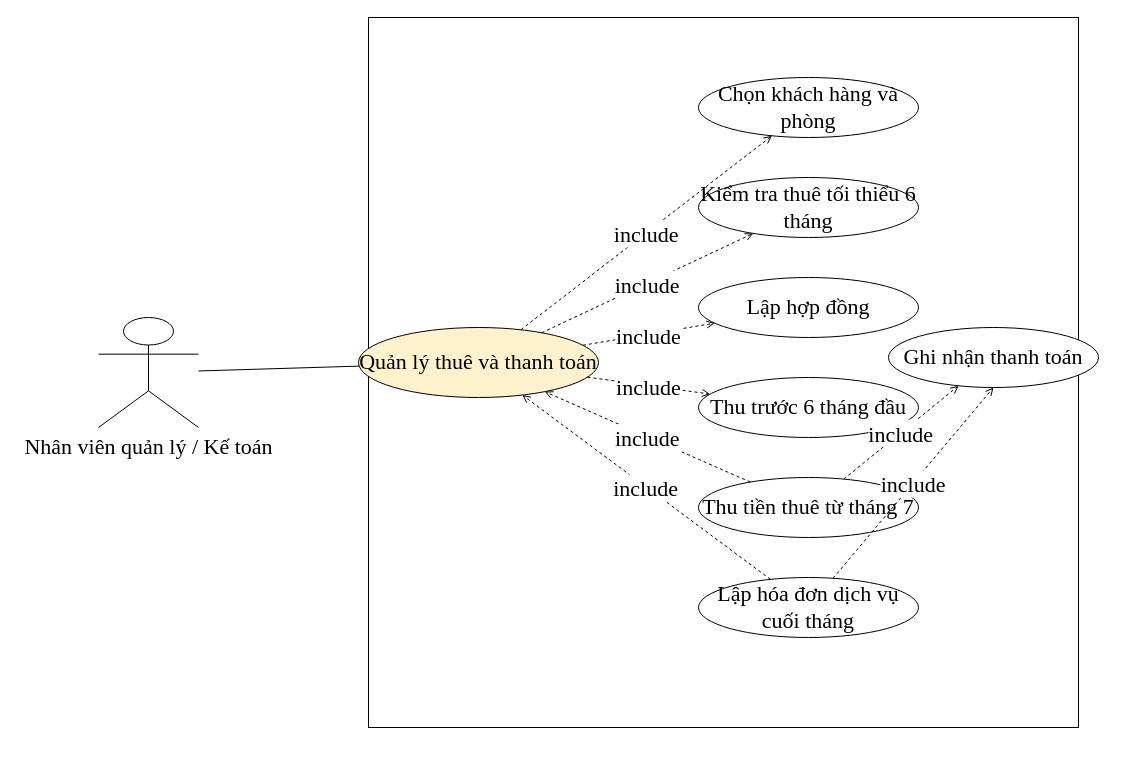
Before: page "3 Use Case Phân Rã" (3 of 5) of LAB_AT_OOSD/LAB08/ThietKe/PhamMinhGiang-12DHCNPM1-ThietKe.drawio in 1250080044-PhamMinhGiang-12DHCNPM1/OOP-Lab, a draw.io diagram. Source tidied: cells renumbered, new cells numbered last; positions are measured from the earlier drawing's top-left corner, leaving out a move shared by most shapes. Both pictures are drawn from the tidied source at 100%, with x=0, y=0 at pixel (98, 17).
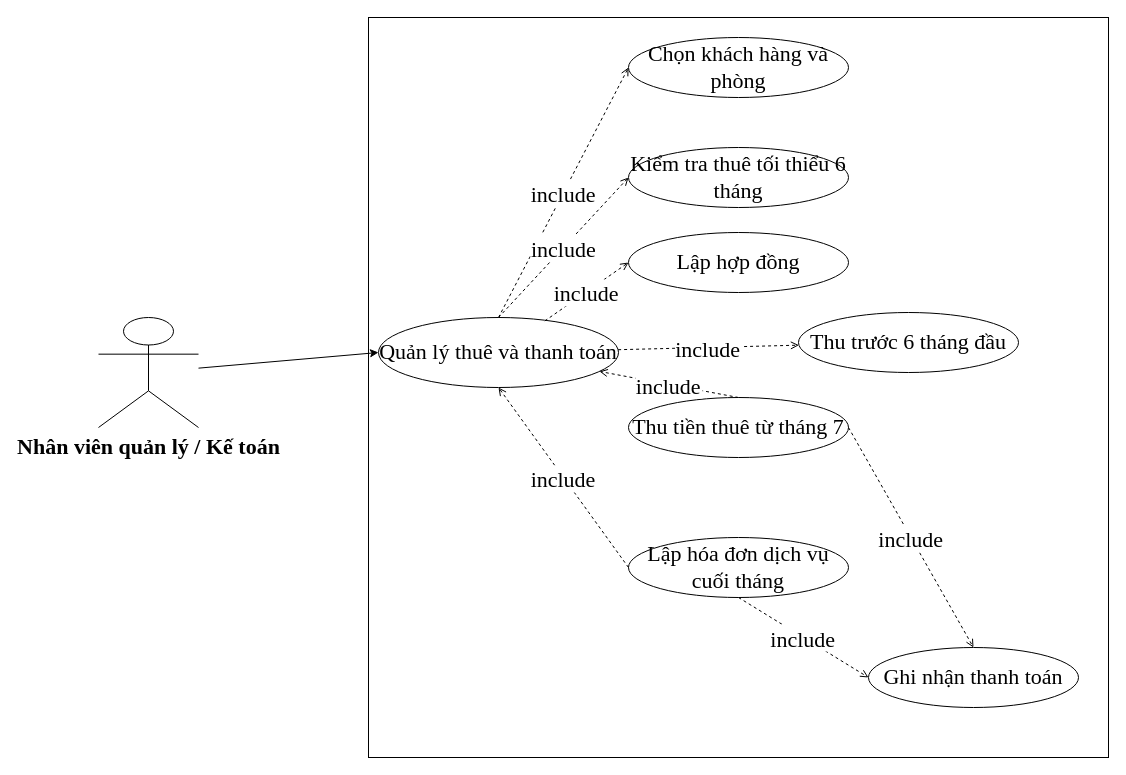
The same page after the edit.

Diff of the diagram source:
```diff
@@
     <mxCell id="2" style="whiteSpace=wrap;html=1;" parent="1" vertex="1">
-      <mxGeometry x="270" width="710" height="710" as="geometry" />
+      <mxGeometry x="270" width="740" height="740" as="geometry" />
     </mxCell>
-    <mxCell id="3" value="Nhân viên quản lý / Kế toán" style="shape=umlActor;verticalLabelPosition=bottom;verticalAlign=top;html=1;fontFamily=Times New Roman;fontSize=22;" parent="1" vertex="1">
+    <mxCell id="3" value="&lt;b&gt;Nhân viên quản lý / Kế toán&lt;/b&gt;" style="shape=umlActor;verticalLabelPosition=bottom;verticalAlign=top;html=1;fontFamily=Times New Roman;fontSize=22;" parent="1" vertex="1">
       <mxGeometry y="300" width="100" height="110" as="geometry" />
     </mxCell>
-    <mxCell id="4" value="Quản lý thuê và thanh toán" style="ellipse;html=1;whiteSpace=wrap;fillColor=#fff2cc;fontFamily=Times New Roman;fontSize=22;" parent="1" vertex="1">
-      <mxGeometry x="260" y="310" width="240" height="70" as="geometry" />
+    <mxCell id="4" value="Quản lý thuê và thanh toán" style="ellipse;html=1;whiteSpace=wrap;fontFamily=Times New Roman;fontSize=22;" parent="1" vertex="1">
+      <mxGeometry x="280" y="300" width="240" height="70" as="geometry" />
     </mxCell>
     <mxCell id="5" value="Chọn khách hàng và phòng" style="ellipse;html=1;whiteSpace=wrap;fontFamily=Times New Roman;fontSize=22;" parent="1" vertex="1">
-      <mxGeometry x="600" y="60" width="220" height="60" as="geometry" />
+      <mxGeometry x="530" y="20" width="220" height="60" as="geometry" />
     </mxCell>
     <mxCell id="6" value="Kiểm tra thuê tối thiểu 6 tháng" style="ellipse;html=1;whiteSpace=wrap;fontFamily=Times New Roman;fontSize=22;" parent="1" vertex="1">
-      <mxGeometry x="600" y="160" width="220" height="60" as="geometry" />
+      <mxGeometry x="530" y="130" width="220" height="60" as="geometry" />
     </mxCell>
     <mxCell id="7" value="Lập hợp đồng" style="ellipse;html=1;whiteSpace=wrap;fontFamily=Times New Roman;fontSize=22;" parent="1" vertex="1">
-      <mxGeometry x="600" y="260" width="220" height="60" as="geometry" />
+      <mxGeometry x="530" y="215" width="220" height="60" as="geometry" />
     </mxCell>
     <mxCell id="8" value="Thu trước 6 tháng đầu" style="ellipse;html=1;whiteSpace=wrap;fontFamily=Times New Roman;fontSize=22;" parent="1" vertex="1">
-      <mxGeometry x="600" y="360" width="220" height="60" as="geometry" />
+      <mxGeometry x="700" y="295" width="220" height="60" as="geometry" />
     </mxCell>
     <mxCell id="9" value="Thu tiền thuê từ tháng 7" style="ellipse;html=1;whiteSpace=wrap;fontFamily=Times New Roman;fontSize=22;" parent="1" vertex="1">
-      <mxGeometry x="600" y="460" width="220" height="60" as="geometry" />
+      <mxGeometry x="530" y="380" width="220" height="60" as="geometry" />
     </mxCell>
     <mxCell id="10" value="Lập hóa đơn dịch vụ cuối tháng" style="ellipse;html=1;whiteSpace=wrap;fontFamily=Times New Roman;fontSize=22;" parent="1" vertex="1">
-      <mxGeometry x="600" y="560" width="220" height="60" as="geometry" />
+      <mxGeometry x="530" y="520" width="220" height="60" as="geometry" />
     </mxCell>
     <mxCell id="11" value="Ghi nhận thanh toán" style="ellipse;html=1;whiteSpace=wrap;fontFamily=Times New Roman;fontSize=22;" parent="1" vertex="1">
-      <mxGeometry x="790" y="310" width="210" height="60" as="geometry" />
+      <mxGeometry x="770" y="630" width="210" height="60" as="geometry" />
     </mxCell>
-    <mxCell id="12" style="endArrow=none;fontFamily=Times New Roman;fontSize=22;" parent="1" edge="1" source="3" target="4">
+    <mxCell id="12" style="endArrow=classic;fontFamily=Times New Roman;fontSize=22;entryX=0;entryY=0.5;entryDx=0;entryDy=0;endFill=1;" parent="1" edge="1" source="3" target="4">
       <mxGeometry relative="1" as="geometry" />
     </mxCell>
-    <mxCell id="13" value="include" style="dashed=1;endArrow=open;fontFamily=Times New Roman;fontSize=22;" parent="1" edge="1" source="4" target="5">
+    <mxCell id="13" value="include" style="dashed=1;endArrow=open;fontFamily=Times New Roman;fontSize=22;entryX=0;entryY=0.5;entryDx=0;entryDy=0;exitX=0.5;exitY=0;exitDx=0;exitDy=0;" parent="1" edge="1" source="4" target="5">
       <mxGeometry relative="1" as="geometry" />
     </mxCell>
-    <mxCell id="14" value="include" style="dashed=1;endArrow=open;fontFamily=Times New Roman;fontSize=22;" parent="1" edge="1" source="4" target="6">
+    <mxCell id="14" value="include" style="dashed=1;endArrow=open;fontFamily=Times New Roman;fontSize=22;entryX=0;entryY=0.5;entryDx=0;entryDy=0;exitX=0.5;exitY=0;exitDx=0;exitDy=0;" parent="1" edge="1" source="4" target="6">
       <mxGeometry relative="1" as="geometry" />
     </mxCell>
-    <mxCell id="15" value="include" style="dashed=1;endArrow=open;fontFamily=Times New Roman;fontSize=22;" parent="1" edge="1" source="4" target="7">
+    <mxCell id="15" value="include" style="dashed=1;endArrow=open;fontFamily=Times New Roman;fontSize=22;exitX=0.693;exitY=0.049;exitDx=0;exitDy=0;exitPerimeter=0;entryX=0;entryY=0.5;entryDx=0;entryDy=0;" parent="1" edge="1" source="4" target="7">
       <mxGeometry relative="1" as="geometry" />
     </mxCell>
@@
-    <mxCell id="17" value="include" style="dashed=1;endArrow=open;fontFamily=Times New Roman;fontSize=22;" parent="1" edge="1" source="9" target="4">
+    <mxCell id="17" value="include" style="dashed=1;endArrow=open;fontFamily=Times New Roman;fontSize=22;exitX=0.5;exitY=0;exitDx=0;exitDy=0;" parent="1" edge="1" source="9" target="4">
       <mxGeometry relative="1" as="geometry" />
     </mxCell>
-    <mxCell id="18" value="include" style="dashed=1;endArrow=open;fontFamily=Times New Roman;fontSize=22;" parent="1" edge="1" source="10" target="4">
+    <mxCell id="18" value="include" style="dashed=1;endArrow=open;fontFamily=Times New Roman;fontSize=22;exitX=0;exitY=0.5;exitDx=0;exitDy=0;entryX=0.5;entryY=1;entryDx=0;entryDy=0;" parent="1" edge="1" source="10" target="4">
       <mxGeometry relative="1" as="geometry" />
     </mxCell>
-    <mxCell id="19" value="include" style="dashed=1;endArrow=open;fontFamily=Times New Roman;fontSize=22;" parent="1" edge="1" source="9" target="11">
+    <mxCell id="19" value="include" style="dashed=1;endArrow=open;fontFamily=Times New Roman;fontSize=22;entryX=0.5;entryY=0;entryDx=0;entryDy=0;exitX=1;exitY=0.5;exitDx=0;exitDy=0;" parent="1" edge="1" source="9" target="11">
       <mxGeometry relative="1" as="geometry" />
     </mxCell>
-    <mxCell id="20" value="include" style="dashed=1;endArrow=open;fontFamily=Times New Roman;fontSize=22;entryX=0.5;entryY=1;entryDx=0;entryDy=0;" parent="1" edge="1" source="10" target="11">
+    <mxCell id="20" value="include" style="dashed=1;endArrow=open;fontFamily=Times New Roman;fontSize=22;entryX=0;entryY=0.5;entryDx=0;entryDy=0;exitX=0.5;exitY=1;exitDx=0;exitDy=0;" parent="1" edge="1" source="10" target="11">
       <mxGeometry relative="1" as="geometry" />
     </mxCell>
```
